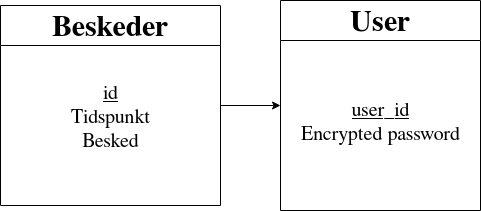
Above: database_diagram.png in KarlHolt/JobInterviewExercise (draw.io), before the change. Source tidied: cells renumbered, new cells last; positions are measured from the earlier drawing's top-left corner, leaving out a move shared by most shapes.
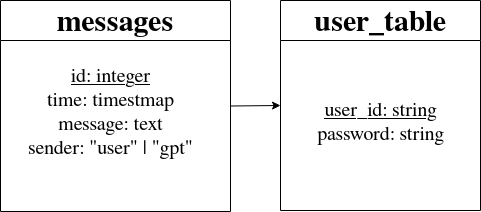
The same diagram one commit later.

The edit, as a diff of the source:
```diff
@@ -2,17 +2,17 @@
   <root>
     <mxCell id="0" />
     <mxCell id="1" parent="0" />
-    <mxCell id="2" value="&lt;font style=&quot;font-size: 30px;&quot;&gt;Beskeder&lt;/font&gt;" style="swimlane;whiteSpace=wrap;html=1;startSize=40;" parent="1" vertex="1">
-      <mxGeometry y="5" width="220" height="200" as="geometry" />
+    <mxCell id="2" value="&lt;font style=&quot;font-size: 30px;&quot;&gt;messages&lt;/font&gt;" style="swimlane;whiteSpace=wrap;html=1;startSize=40;" parent="1" vertex="1">
+      <mxGeometry width="230" height="211" as="geometry" />
     </mxCell>
-    <mxCell id="3" value="&lt;div&gt;&lt;font style=&quot;font-size: 20px;&quot;&gt;&lt;u&gt;id&lt;/u&gt;&lt;/font&gt;&lt;/div&gt;&lt;div&gt;&lt;font style=&quot;font-size: 20px;&quot;&gt;Tidspunkt&lt;/font&gt;&lt;/div&gt;&lt;div&gt;&lt;font style=&quot;font-size: 20px;&quot;&gt;Besked&lt;u&gt;&lt;br&gt;&lt;/u&gt;&lt;/font&gt;&lt;/div&gt;" style="text;html=1;align=center;verticalAlign=middle;strokeColor=none;fillColor=none;" parent="2" vertex="1">
-      <mxGeometry x="60" y="65" width="100" height="90" as="geometry" />
+    <mxCell id="3" value="&lt;div&gt;&lt;font style=&quot;font-size: 20px;&quot;&gt;&lt;u&gt;id: integer&lt;br&gt;&lt;/u&gt;&lt;/font&gt;&lt;/div&gt;&lt;div&gt;&lt;font style=&quot;font-size: 20px;&quot;&gt;time: timestmap&lt;br&gt;&lt;/font&gt;&lt;/div&gt;&lt;div&gt;&lt;font style=&quot;font-size: 20px;&quot;&gt;message: text&lt;br&gt;&lt;/font&gt;&lt;/div&gt;&lt;div&gt;&lt;font style=&quot;font-size: 20px;&quot;&gt;sender: &quot;user&quot; | &quot;gpt&quot;&lt;br&gt;&lt;/font&gt;&lt;/div&gt;" style="text;html=1;align=center;verticalAlign=middle;strokeColor=none;fillColor=none;" parent="2" vertex="1">
+      <mxGeometry x="15" y="55" width="190" height="110" as="geometry" />
     </mxCell>
-    <mxCell id="4" value="&lt;font style=&quot;font-size: 30px;&quot;&gt;User&lt;/font&gt;" style="swimlane;whiteSpace=wrap;html=1;startSize=40;" parent="1" vertex="1">
+    <mxCell id="4" value="&lt;font style=&quot;font-size: 30px;&quot;&gt;user_table&lt;/font&gt;" style="swimlane;whiteSpace=wrap;html=1;startSize=40;" parent="1" vertex="1">
       <mxGeometry x="280" width="200" height="210" as="geometry" />
     </mxCell>
-    <mxCell id="5" value="&lt;div&gt;&lt;font style=&quot;font-size: 20px;&quot;&gt;&lt;u&gt;user_id&lt;/u&gt;&lt;/font&gt;&lt;/div&gt;&lt;div&gt;&lt;font style=&quot;font-size: 20px;&quot;&gt;Encrypted password&lt;u&gt;&lt;br&gt;&lt;/u&gt;&lt;/font&gt;&lt;/div&gt;" style="text;html=1;align=center;verticalAlign=middle;strokeColor=none;fillColor=none;" parent="4" vertex="1">
-      <mxGeometry x="10" y="90" width="180" height="60" as="geometry" />
+    <mxCell id="5" value="&lt;div&gt;&lt;font style=&quot;font-size: 20px;&quot;&gt;&lt;u&gt;user_id: string&lt;br&gt;&lt;/u&gt;&lt;/font&gt;&lt;/div&gt;&lt;div&gt;&lt;font style=&quot;font-size: 20px;&quot;&gt;password: string&lt;br&gt;&lt;/font&gt;&lt;/div&gt;" style="text;html=1;align=center;verticalAlign=middle;strokeColor=none;fillColor=none;" parent="4" vertex="1">
+      <mxGeometry x="25" y="90" width="150" height="60" as="geometry" />
     </mxCell>
     <mxCell id="6" style="endArrow=classic;html=1;rounded=0;entryX=0;entryY=0.5;entryDx=0;entryDy=0;exitX=1;exitY=0.5;exitDx=0;exitDy=0;" parent="1" edge="1" source="2" target="4">
       <mxGeometry relative="1" as="geometry" />
```
